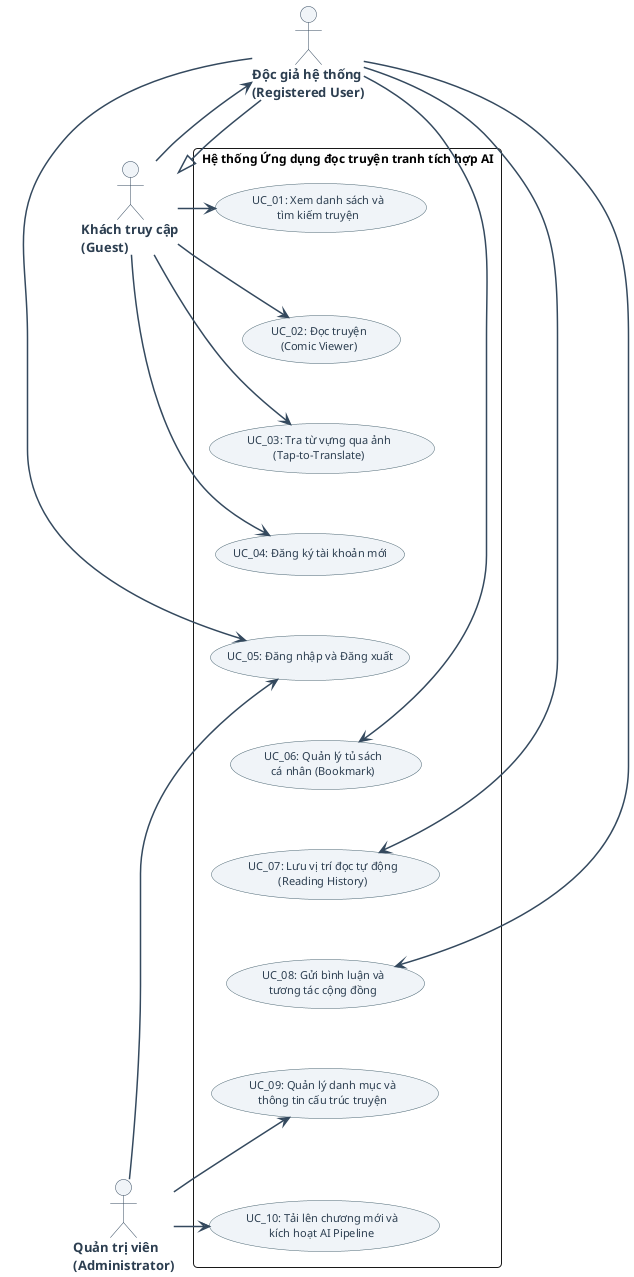
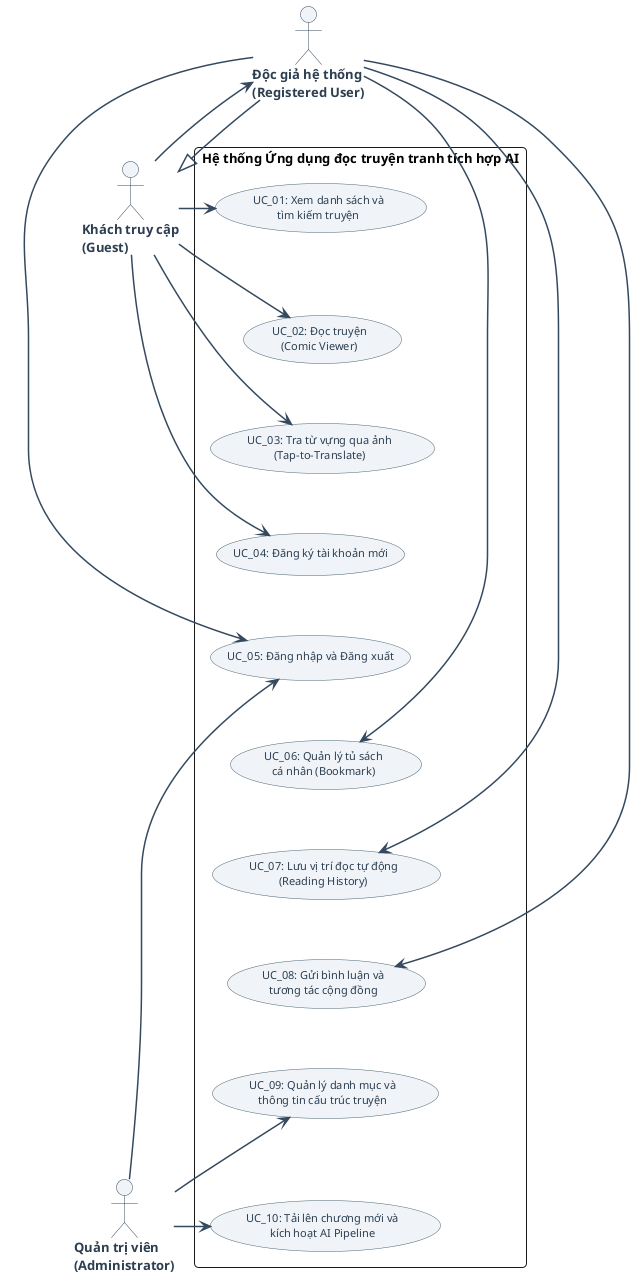
@startuml
skinparam backgroundcolor #ffffff
skinparam roundcorner 8
skinparam packageStyle rect
skinparam defaultFontName "Arial"
- skinparam defaultFontSize 12
+ skinparam defaultFontSize 13

skinparam actor {
    BorderColor #34495e
    BackgroundColor #f0f4f8
    FontColor #2c3e50
    FontSize 13
    FontStyle bold
}

skinparam usecase {
    BorderColor #4a6572
    BackgroundColor #f0f4f8
    FontColor #2c3e50
    FontSize 11
}

skinparam arrow {
    Color #34495e
    Thickness 1.5
}

actor "Khách truy cập\n(Guest)" as Guest
actor "Độc giả hệ thống\n(Registered User)" as User
actor "Quản trị viên\n(Administrator)" as Admin

User -up-|> Guest

rectangle "Hệ thống Ứng dụng đọc truyện tranh tích hợp AI" {
    usecase UC01 as "UC_01: Xem danh sách và\ntìm kiếm truyện"
    usecase UC02 as "UC_02: Đọc truyện\n(Comic Viewer)"
    usecase UC03 as "UC_03: Tra từ vựng qua ảnh\n(Tap-to-Translate)"
    usecase UC04 as "UC_04: Đăng ký tài khoản mới"

    usecase UC05 as "UC_05: Đăng nhập và Đăng xuất"
    usecase UC06 as "UC_06: Quản lý tủ sách\ncá nhân (Bookmark)"
    usecase UC07 as "UC_07: Lưu vị trí đọc tự động\n(Reading History)"
    usecase UC08 as "UC_08: Gửi bình luận và\ntương tác cộng đồng"

    usecase UC09 as "UC_09: Quản lý danh mục và\nthông tin cấu trúc truyện"
    usecase UC10 as "UC_10: Tải lên chương mới và\nkích hoạt AI Pipeline"

    UC01 -[hidden]down-> UC02
    UC02 -[hidden]down-> UC03
    UC03 -[hidden]down-> UC04
    UC04 -[hidden]down-> UC05
    UC05 -[hidden]down-> UC06
    UC06 -[hidden]down-> UC07
    UC07 -[hidden]down-> UC08
    UC08 -[hidden]down-> UC09
    UC09 -[hidden]down-> UC10
}

Guest -up-> User

Guest -right-> UC01
Guest -right-> UC02
Guest -right-> UC03
Guest -right-> UC04

User -right-> UC05
User -right-> UC06
User -right-> UC07
User -right-> UC08

Admin -left-> UC05
Admin -left-> UC09
Admin -left-> UC10
@enduml